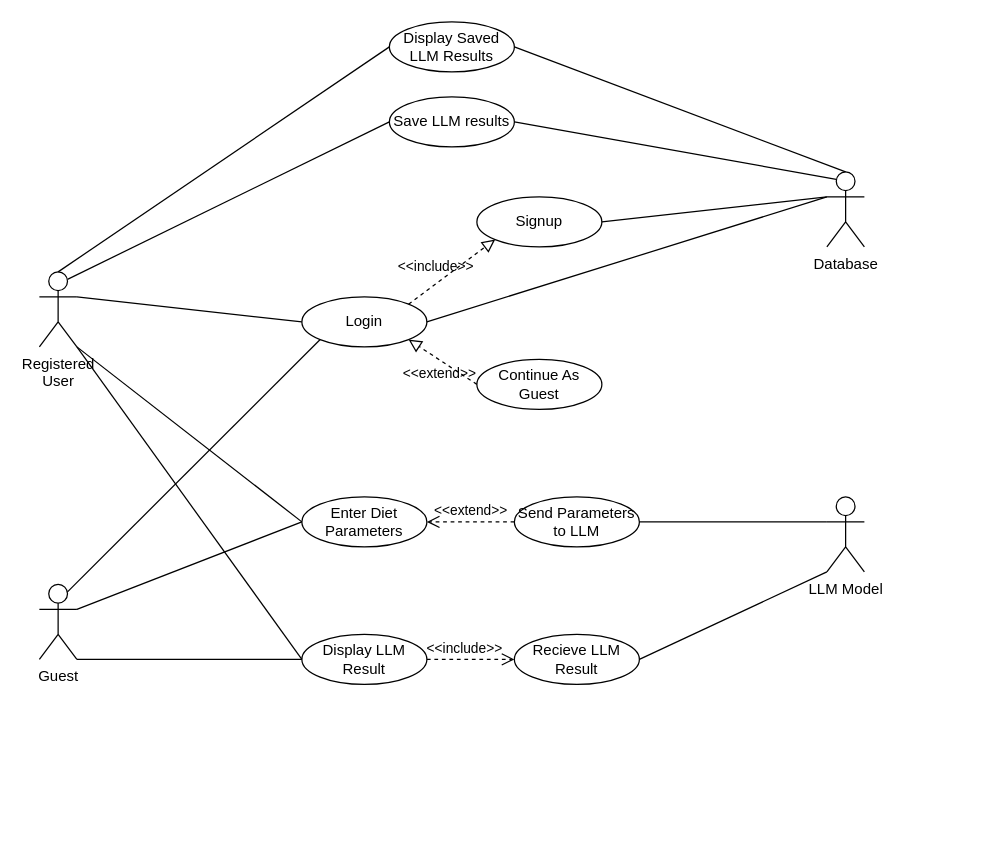
Before: diagrams/use-case.drawio in ChrisMichaudd/seng401test, a draw.io diagram. Source tidied: cells renumbered, new cells numbered last; positions are measured from the earlier drawing's top-left corner, leaving out a move shared by most shapes. Both pictures are drawn from the tidied source at 125%, with x=0, y=0 at pixel (39, 21).
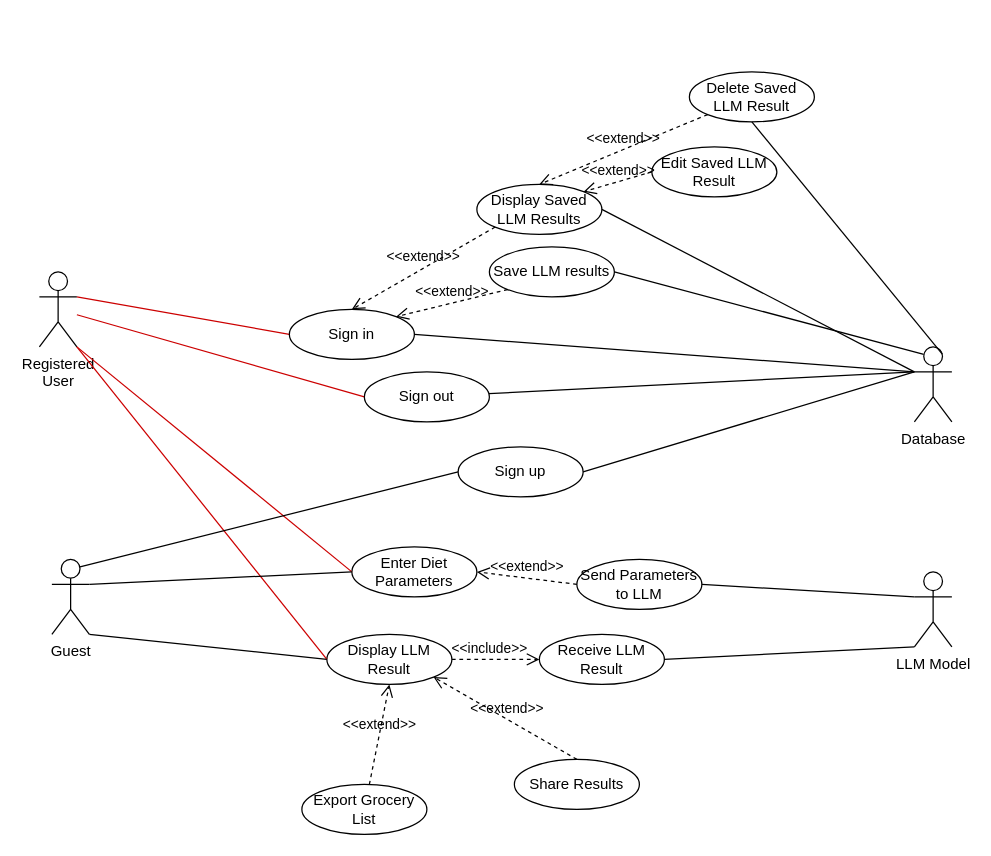
The same diagram, later.

The change refers to these unchanged cells:
```xml
<mxCell id="2" value="Registered&lt;br&gt;User" style="shape=umlActor;verticalLabelPosition=bottom;verticalAlign=top;html=1;outlineConnect=0;" parent="1" vertex="1">
  <mxGeometry y="200" width="30" height="60" as="geometry" />
</mxCell>
```

Diff of the diagram source:
```diff
@@
-    <mxCell id="3" style="endArrow=none;html=1;rounded=0;exitX=1;exitY=0.3333333333333333;exitDx=0;exitDy=0;exitPerimeter=0;entryX=0;entryY=0.5;entryDx=0;entryDy=0;" parent="1" edge="1" source="2" target="4">
+    <mxCell id="3" style="endArrow=none;html=1;rounded=0;exitX=1;exitY=0.3333333333333333;exitDx=0;exitDy=0;exitPerimeter=0;entryX=0;entryY=0.5;entryDx=0;entryDy=0;strokeColor=#CC0000;" parent="1" edge="1" source="2" target="4">
       <mxGeometry relative="1" as="geometry" />
     </mxCell>
-    <mxCell id="4" value="Login" style="ellipse;whiteSpace=wrap;html=1;align=center;" parent="1" vertex="1">
-      <mxGeometry x="210" y="220" width="100" height="40" as="geometry" />
+    <mxCell id="4" value="Sign in" style="ellipse;whiteSpace=wrap;html=1;align=center;" parent="1" vertex="1">
+      <mxGeometry x="200" y="230" width="100" height="40" as="geometry" />
     </mxCell>
-    <mxCell id="5" value="&amp;lt;&amp;lt;include&amp;gt;&amp;gt;" style="endArrow=block;startArrow=none;endFill=0;startFill=0;endSize=8;html=1;verticalAlign=bottom;dashed=1;labelBackgroundColor=none;rounded=0;exitX=1;exitY=0;exitDx=0;exitDy=0;entryX=0;entryY=1;entryDx=0;entryDy=0;" parent="1" edge="1" source="4" target="6">
-      <mxGeometry x="-0.3" y="4" relative="1" as="geometry" />
-    </mxCell>
-    <mxCell id="6" value="Signup" style="ellipse;whiteSpace=wrap;html=1;align=center;" parent="1" vertex="1">
-      <mxGeometry x="350" y="140" width="100" height="40" as="geometry" />
+    <mxCell id="6" value="Sign up" style="ellipse;whiteSpace=wrap;html=1;align=center;" parent="1" vertex="1">
+      <mxGeometry x="335" y="340" width="100" height="40" as="geometry" />
     </mxCell>
-    <mxCell id="7" value="&amp;lt;&amp;lt;extend&amp;gt;&amp;gt;" style="endArrow=block;startArrow=none;endFill=0;startFill=0;endSize=8;html=1;verticalAlign=bottom;dashed=1;labelBackgroundColor=none;rounded=0;entryX=1;entryY=1;entryDx=0;entryDy=0;exitX=0;exitY=0.5;exitDx=0;exitDy=0;" parent="1" edge="1" source="8" target="4">
-      <mxGeometry x="-0.23" y="16" relative="1" as="geometry" />
-    </mxCell>
-    <mxCell id="8" value="Continue As Guest" style="ellipse;whiteSpace=wrap;html=1;align=center;" parent="1" vertex="1">
-      <mxGeometry x="350" y="270" width="100" height="40" as="geometry" />
-    </mxCell>
+    <mxCell id="33" style="rounded=0;jettySize=auto;html=1;exitX=0;exitY=0.3333333333333333;exitDx=0;exitDy=0;exitPerimeter=0;endArrow=none;startFill=0;" parent="1" edge="1" source="9" target="47">
+      <mxGeometry relative="1" as="geometry" />
+    </mxCell>
     <mxCell id="9" value="Database" style="shape=umlActor;verticalLabelPosition=bottom;verticalAlign=top;html=1;" parent="1" vertex="1">
-      <mxGeometry x="630" y="120" width="30" height="60" as="geometry" />
+      <mxGeometry x="700" y="260" width="30" height="60" as="geometry" />
     </mxCell>
@@
     <mxCell id="11" value="Enter Diet Parameters" style="ellipse;whiteSpace=wrap;html=1;align=center;" parent="1" vertex="1">
-      <mxGeometry x="210" y="380" width="100" height="40" as="geometry" />
+      <mxGeometry x="250" y="420" width="100" height="40" as="geometry" />
     </mxCell>
-    <mxCell id="12" style="endArrow=none;html=1;rounded=0;exitX=1;exitY=1;exitDx=0;exitDy=0;exitPerimeter=0;entryX=0;entryY=0.5;entryDx=0;entryDy=0;" parent="1" edge="1" source="2" target="11">
+    <mxCell id="12" style="endArrow=none;html=1;rounded=0;exitX=1;exitY=1;exitDx=0;exitDy=0;exitPerimeter=0;entryX=0;entryY=0.5;entryDx=0;entryDy=0;strokeColor=#CC0000;" parent="1" edge="1" source="2" target="11">
       <mxGeometry relative="1" as="geometry" />
     </mxCell>
     <mxCell id="13" value="Send Parameters to LLM" style="ellipse;whiteSpace=wrap;html=1;align=center;" parent="1" vertex="1">
-      <mxGeometry x="380" y="380" width="100" height="40" as="geometry" />
+      <mxGeometry x="430" y="430" width="100" height="40" as="geometry" />
     </mxCell>
     <mxCell id="14" value="&amp;lt;&amp;lt;extend&amp;gt;&amp;gt;" style="endArrow=open;startArrow=none;endFill=0;startFill=0;endSize=8;html=1;verticalAlign=bottom;dashed=1;labelBackgroundColor=none;rounded=0;entryX=1;entryY=0.5;entryDx=0;entryDy=0;exitX=0;exitY=0.5;exitDx=0;exitDy=0;" parent="1" edge="1" source="13" target="11">
-      <mxGeometry relative="1" as="geometry" />
+      <mxGeometry x="-0.01" relative="1" as="geometry" />
     </mxCell>
@@
-    <mxCell id="16" value="Recieve LLM Result" style="ellipse;whiteSpace=wrap;html=1;align=center;" parent="1" vertex="1">
-      <mxGeometry x="380" y="490" width="100" height="40" as="geometry" />
+    <mxCell id="16" value="Receive LLM Result" style="ellipse;whiteSpace=wrap;html=1;align=center;" parent="1" vertex="1">
+      <mxGeometry x="400" y="490" width="100" height="40" as="geometry" />
     </mxCell>
@@
     <mxCell id="18" value="LLM Model" style="shape=umlActor;verticalLabelPosition=bottom;verticalAlign=top;html=1;" parent="1" vertex="1">
-      <mxGeometry x="630" y="380" width="30" height="60" as="geometry" />
+      <mxGeometry x="700" y="440" width="30" height="60" as="geometry" />
     </mxCell>
     <mxCell id="19" value="Save LLM results" style="ellipse;whiteSpace=wrap;html=1;align=center;" parent="1" vertex="1">
-      <mxGeometry x="280" y="60" width="100" height="40" as="geometry" />
+      <mxGeometry x="360" y="180" width="100" height="40" as="geometry" />
     </mxCell>
-    <mxCell id="20" style="endArrow=none;html=1;rounded=0;exitX=0.75;exitY=0.1;exitDx=0;exitDy=0;exitPerimeter=0;entryX=0;entryY=0.5;entryDx=0;entryDy=0;" parent="1" edge="1" source="2" target="19">
-      <mxGeometry relative="1" as="geometry" />
-    </mxCell>
@@
     <mxCell id="23" value="Display Saved LLM Results" style="ellipse;whiteSpace=wrap;html=1;align=center;" parent="1" vertex="1">
-      <mxGeometry x="280" width="100" height="40" as="geometry" />
+      <mxGeometry x="350" y="130" width="100" height="40" as="geometry" />
     </mxCell>
-    <mxCell id="24" style="endArrow=none;html=1;rounded=0;exitX=0.5;exitY=0;exitDx=0;exitDy=0;exitPerimeter=0;entryX=0;entryY=0.5;entryDx=0;entryDy=0;" parent="1" edge="1" source="2" target="23">
-      <mxGeometry relative="1" as="geometry" />
-    </mxCell>
-    <mxCell id="25" style="endArrow=none;html=1;rounded=0;entryX=0.5;entryY=0;entryDx=0;entryDy=0;entryPerimeter=0;exitX=1;exitY=0.5;exitDx=0;exitDy=0;" parent="1" edge="1" source="23" target="9">
-      <mxGeometry relative="1" as="geometry" />
+    <mxCell id="25" style="endArrow=none;html=1;rounded=0;exitX=1;exitY=0.5;exitDx=0;exitDy=0;" parent="1" edge="1" source="23">
+      <mxGeometry relative="1" as="geometry">
+        <mxPoint x="700" y="280" as="targetPoint" />
+      </mxGeometry>
     </mxCell>
     <mxCell id="26" value="Display LLM Result" style="ellipse;whiteSpace=wrap;html=1;align=center;" parent="1" vertex="1">
-      <mxGeometry x="210" y="490" width="100" height="40" as="geometry" />
+      <mxGeometry x="230" y="490" width="100" height="40" as="geometry" />
     </mxCell>
-    <mxCell id="27" style="endArrow=none;html=1;rounded=0;exitX=1;exitY=1;exitDx=0;exitDy=0;exitPerimeter=0;entryX=0;entryY=0.5;entryDx=0;entryDy=0;" parent="1" edge="1" source="2" target="26">
+    <mxCell id="27" style="endArrow=none;html=1;rounded=0;exitX=1;exitY=1;exitDx=0;exitDy=0;exitPerimeter=0;entryX=0;entryY=0.5;entryDx=0;entryDy=0;fillColor=#f8cecc;strokeColor=#CC0000;" parent="1" edge="1" source="2" target="26">
       <mxGeometry relative="1" as="geometry" />
     </mxCell>
@@
     <mxCell id="29" value="Guest" style="shape=umlActor;verticalLabelPosition=bottom;verticalAlign=top;html=1;outlineConnect=0;" parent="1" vertex="1">
-      <mxGeometry y="450" width="30" height="60" as="geometry" />
+      <mxGeometry x="10" y="430" width="30" height="60" as="geometry" />
     </mxCell>
-    <mxCell id="30" style="endArrow=none;html=1;rounded=0;exitX=1;exitY=1;exitDx=0;exitDy=0;exitPerimeter=0;" parent="1" edge="1" source="29">
-      <mxGeometry relative="1" as="geometry">
-        <mxPoint x="210" y="510" as="targetPoint" />
-      </mxGeometry>
+    <mxCell id="30" style="endArrow=none;html=1;rounded=0;exitX=1;exitY=1;exitDx=0;exitDy=0;exitPerimeter=0;entryX=0;entryY=0.5;entryDx=0;entryDy=0;" parent="1" edge="1" source="29" target="26">
+      <mxGeometry relative="1" as="geometry" />
     </mxCell>
@@
-    <mxCell id="32" style="endArrow=none;html=1;rounded=0;exitX=0.75;exitY=0.1;exitDx=0;exitDy=0;exitPerimeter=0;entryX=0;entryY=1;entryDx=0;entryDy=0;" parent="1" edge="1" source="29" target="4">
-      <mxGeometry relative="1" as="geometry" />
-    </mxCell>
+    <mxCell id="34" style="endArrow=none;html=1;rounded=0;exitX=0.75;exitY=0.1;exitDx=0;exitDy=0;exitPerimeter=0;entryX=0;entryY=0.5;entryDx=0;entryDy=0;" parent="1" edge="1" source="29" target="6">
+      <mxGeometry relative="1" as="geometry" />
+    </mxCell>
+    <mxCell id="35" value="&amp;lt;&amp;lt;extend&amp;gt;&amp;gt;" style="endArrow=open;startArrow=none;endFill=0;startFill=0;endSize=8;html=1;verticalAlign=bottom;dashed=1;labelBackgroundColor=none;rounded=0;entryX=1;entryY=0;entryDx=0;entryDy=0;exitX=0;exitY=1;exitDx=0;exitDy=0;" parent="1" edge="1" source="19" target="4">
+      <mxGeometry relative="1" as="geometry" />
+    </mxCell>
+    <mxCell id="36" value="&amp;lt;&amp;lt;extend&amp;gt;&amp;gt;" style="endArrow=open;startArrow=none;endFill=0;startFill=0;endSize=8;html=1;verticalAlign=bottom;dashed=1;labelBackgroundColor=none;rounded=0;entryX=0.5;entryY=0;entryDx=0;entryDy=0;exitX=0;exitY=1;exitDx=0;exitDy=0;" parent="1" edge="1" source="23" target="4">
+      <mxGeometry relative="1" as="geometry" />
+    </mxCell>
+    <mxCell id="37" value="&amp;lt;&amp;lt;extend&amp;gt;&amp;gt;" style="endArrow=open;startArrow=none;endFill=0;startFill=0;endSize=8;html=1;verticalAlign=bottom;dashed=1;labelBackgroundColor=none;rounded=0;entryX=0.5;entryY=0;entryDx=0;entryDy=0;exitX=0;exitY=1;exitDx=0;exitDy=0;" parent="1" edge="1" source="38" target="23">
+      <mxGeometry relative="1" as="geometry" />
+    </mxCell>
+    <mxCell id="38" value="Delete Saved LLM Result" style="ellipse;whiteSpace=wrap;html=1;align=center;" parent="1" vertex="1">
+      <mxGeometry x="520" y="40" width="100" height="40" as="geometry" />
+    </mxCell>
+    <mxCell id="39" style="endArrow=none;html=1;rounded=0;exitX=0.5;exitY=1;exitDx=0;exitDy=0;entryX=0.75;entryY=0.1;entryDx=0;entryDy=0;entryPerimeter=0;" parent="1" edge="1" source="38" target="9">
+      <mxGeometry relative="1" as="geometry" />
+    </mxCell>
+    <mxCell id="40" value="Edit Saved LLM Result" style="ellipse;whiteSpace=wrap;html=1;align=center;" parent="1" vertex="1">
+      <mxGeometry x="490" y="100" width="100" height="40" as="geometry" />
+    </mxCell>
+    <mxCell id="41" value="&amp;lt;&amp;lt;extend&amp;gt;&amp;gt;" style="endArrow=open;startArrow=none;endFill=0;startFill=0;endSize=8;html=1;verticalAlign=bottom;dashed=1;labelBackgroundColor=none;rounded=0;entryX=1;entryY=0;entryDx=0;entryDy=0;exitX=0;exitY=0.5;exitDx=0;exitDy=0;" parent="1" edge="1" source="40" target="23">
+      <mxGeometry relative="1" as="geometry" />
+    </mxCell>
+    <mxCell id="42" value="Share Results" style="ellipse;whiteSpace=wrap;html=1;align=center;" parent="1" vertex="1">
+      <mxGeometry x="380" y="590" width="100" height="40" as="geometry" />
+    </mxCell>
+    <mxCell id="43" value="Export Grocery List" style="ellipse;whiteSpace=wrap;html=1;align=center;" parent="1" vertex="1">
+      <mxGeometry x="210" y="610" width="100" height="40" as="geometry" />
+    </mxCell>
+    <mxCell id="44" value="&amp;lt;&amp;lt;extend&amp;gt;&amp;gt;" style="endArrow=open;startArrow=none;endFill=0;startFill=0;endSize=8;html=1;verticalAlign=bottom;dashed=1;labelBackgroundColor=none;rounded=0;entryX=0.5;entryY=1;entryDx=0;entryDy=0;" parent="1" edge="1" source="43" target="26">
+      <mxGeometry x="-0.01" relative="1" as="geometry" />
+    </mxCell>
+    <mxCell id="45" value="&amp;lt;&amp;lt;extend&amp;gt;&amp;gt;" style="endArrow=open;startArrow=none;endFill=0;startFill=0;endSize=8;html=1;verticalAlign=bottom;dashed=1;labelBackgroundColor=none;rounded=0;entryX=1;entryY=1;entryDx=0;entryDy=0;exitX=0.5;exitY=0;exitDx=0;exitDy=0;" parent="1" edge="1" source="42" target="26">
+      <mxGeometry x="-0.01" relative="1" as="geometry" />
+    </mxCell>
+    <mxCell id="46" style="rounded=0;jettySize=auto;html=1;exitX=0;exitY=0.5;exitDx=0;exitDy=0;endArrow=none;startFill=0;strokeColor=#CC0000;" parent="1" edge="1" source="47" target="2">
+      <mxGeometry relative="1" as="geometry" />
+    </mxCell>
+    <mxCell id="47" value="Sign out" style="ellipse;whiteSpace=wrap;html=1;align=center;" parent="1" vertex="1">
+      <mxGeometry x="260" y="280" width="100" height="40" as="geometry" />
+    </mxCell>
```
